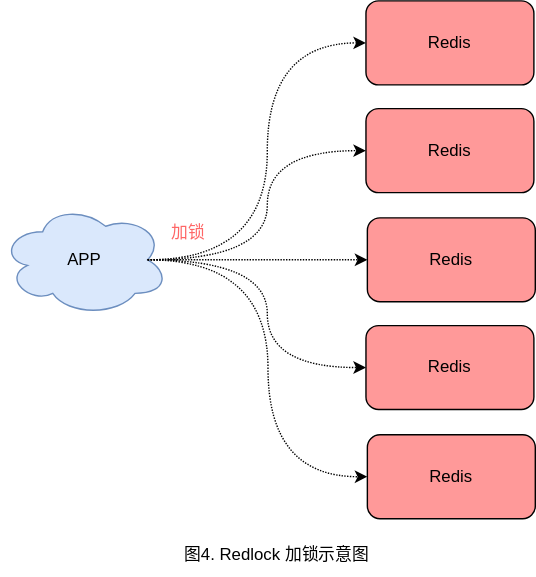
Before: 001-分布式锁/picture/what-is-it-001-006.svg, a diagram exported from draw.io (ssezhangpeng/what-is-it). Source tidied: cells renumbered, new cells last; positions are measured from the earlier drawing's top-left corner, leaving out a move shared by most shapes.
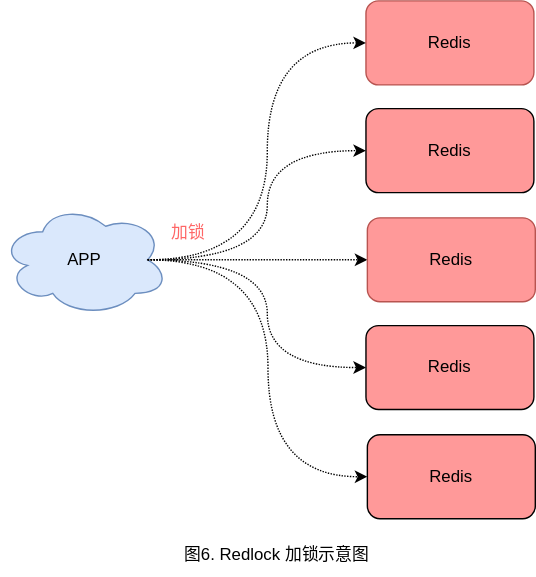
After the commit.

Change to the diagram source:
```diff
@@ -8,13 +8,13 @@
     <mxCell id="3" value="APP" style="ellipse;shape=cloud;whiteSpace=wrap;html=1;fillColor=#dae8fc;strokeColor=#6c8ebf;" parent="1" vertex="1">
       <mxGeometry y="145" width="120" height="80" as="geometry" />
     </mxCell>
-    <mxCell id="4" value="Redis" style="rounded=1;whiteSpace=wrap;html=1;fillStyle=auto;fillColor=#FF9999;strokeColor=#000000;" parent="1" vertex="1">
+    <mxCell id="4" value="Redis" style="rounded=1;whiteSpace=wrap;html=1;fillStyle=auto;fillColor=#FF9999;strokeColor=#b85450;" parent="1" vertex="1">
       <mxGeometry x="261" width="120" height="60" as="geometry" />
     </mxCell>
     <mxCell id="5" value="Redis" style="rounded=1;whiteSpace=wrap;html=1;fillStyle=auto;fontColor=#000000;fillColor=#FF9999;" parent="1" vertex="1">
       <mxGeometry x="261" y="77" width="120" height="60" as="geometry" />
     </mxCell>
-    <mxCell id="6" value="Redis" style="rounded=1;whiteSpace=wrap;html=1;fillStyle=auto;fillColor=#FF9999;strokeColor=#000000;" parent="1" vertex="1">
+    <mxCell id="6" value="Redis" style="rounded=1;whiteSpace=wrap;html=1;fillStyle=auto;fillColor=#FF9999;strokeColor=#b85450;" parent="1" vertex="1">
       <mxGeometry x="262" y="155" width="120" height="60" as="geometry" />
     </mxCell>
     <mxCell id="7" value="Redis" style="rounded=1;whiteSpace=wrap;html=1;fillStyle=auto;fontColor=#000000;fillColor=#FF9999;" parent="1" vertex="1">
@@ -38,7 +38,7 @@
     <mxCell id="13" value="&lt;font color=&quot;#ff6666&quot;&gt;加锁&lt;/font&gt;" style="text;html=1;align=center;verticalAlign=middle;strokeColor=none;fillColor=none;fontColor=#000000;" parent="1" vertex="1">
       <mxGeometry x="109" y="151" width="50" height="30" as="geometry" />
     </mxCell>
-    <mxCell id="14" value="&lt;font color=&quot;#000000&quot;&gt;图4. Redlock 加锁示意图&lt;/font&gt;" style="text;html=1;align=center;verticalAlign=middle;strokeColor=none;fillColor=none;fontColor=#FF6666;" parent="1" vertex="1">
+    <mxCell id="14" value="&lt;font color=&quot;#000000&quot;&gt;图6. Redlock 加锁示意图&lt;/font&gt;" style="text;html=1;align=center;verticalAlign=middle;strokeColor=none;fillColor=none;fontColor=#FF6666;" parent="1" vertex="1">
       <mxGeometry x="117" y="381" width="160" height="30" as="geometry" />
     </mxCell>
   </root>
```
